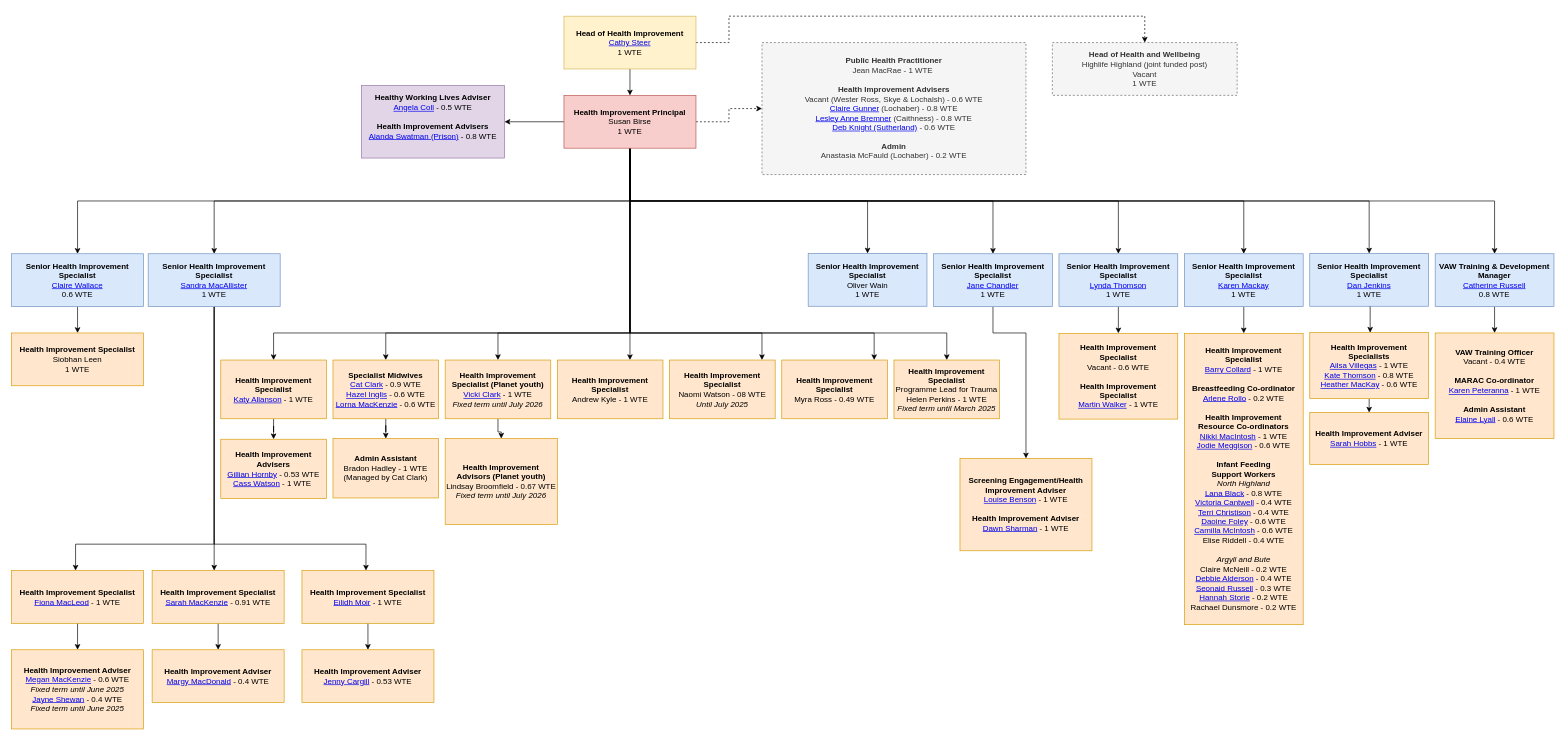
barrycollard/staffOrgChart keeps this draw.io diagram as Untitled Diagram.drawio. Above is the earlier version. Source tidied: cells renumbered, new cells numbered last; positions are measured from the earlier drawing's top-left corner, leaving out a move shared by most shapes. Both pictures are drawn from the tidied source at 66%, with x=0, y=0 at pixel (11, 16).
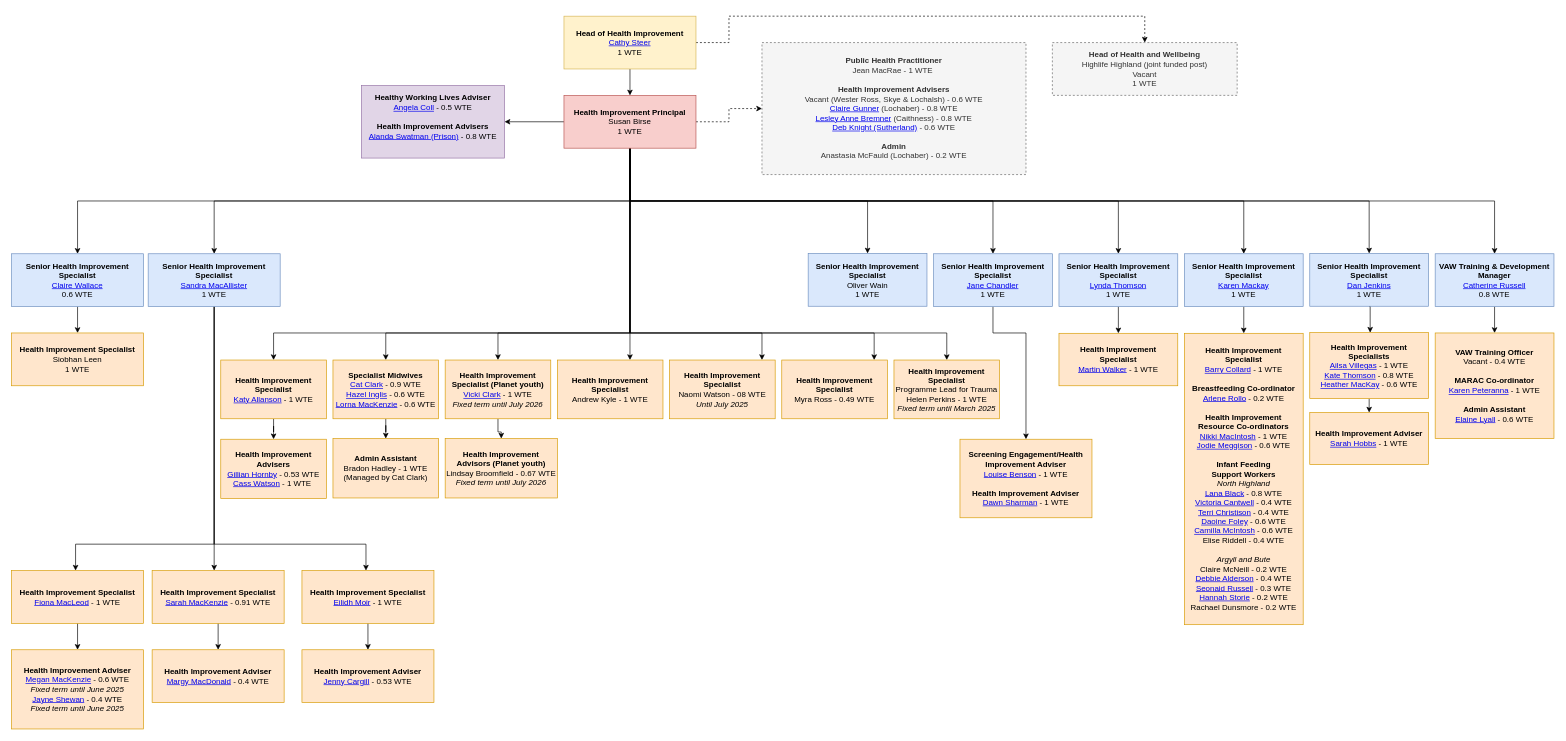
The same diagram, later.

What changed in the source:
```diff
@@
     <mxCell id="43" value="&lt;b&gt;Screening Engagement/Health Improvement Adviser&lt;/b&gt;&lt;div&gt;&lt;a href=&quot;https://nhshighland.publichealth.scot.nhs.uk/staff/louise-benson/&quot;&gt;Louise Benson&lt;/a&gt; - 1 WTE&lt;br&gt;&lt;/div&gt;&lt;div&gt;&lt;br&gt;&lt;/div&gt;&lt;div&gt;&lt;b&gt;Health Improvement Adviser&lt;/b&gt;&lt;/div&gt;&lt;div&gt;&lt;a href=&quot;https://nhshighland.publichealth.scot.nhs.uk/staff/dawn-sharman/&quot;&gt;Dawn Sharman&lt;/a&gt; - 1 WTE&lt;/div&gt;" style="rounded=0;whiteSpace=wrap;html=1;fillColor=#ffe6cc;strokeColor=#d79b00;" parent="1" vertex="1">
-      <mxGeometry x="1437" y="670" width="200" height="140" as="geometry" />
+      <mxGeometry x="1437" y="641" width="200" height="119" as="geometry" />
     </mxCell>
@@
-    <mxCell id="51" value="&lt;div&gt;&lt;b&gt;Health Improvement &lt;br&gt;Specialist&lt;/b&gt;&lt;/div&gt;&lt;div&gt;Vacant - 0.6 WTE&lt;/div&gt;&lt;div&gt;&lt;b&gt;&lt;br&gt;&lt;/b&gt;&lt;/div&gt;&lt;div&gt;&lt;div&gt;&lt;b&gt;Health Improvement &lt;br&gt;Specialist&lt;/b&gt;&lt;/div&gt;&lt;a style=&quot;border-color: var(--border-color);&quot; href=&quot;https://nhshighland.publichealth.scot.nhs.uk/staff/martin-walker/&quot;&gt;Martin Walker&lt;/a&gt;&amp;nbsp;- 1 WTE&lt;br&gt;&lt;/div&gt;" style="rounded=0;whiteSpace=wrap;html=1;fillColor=#ffe6cc;strokeColor=#d79b00;" parent="1" vertex="1">
-      <mxGeometry x="1587" y="480.5" width="180" height="130" as="geometry" />
+    <mxCell id="51" value="&lt;div&gt;&lt;b style=&quot;background-color: initial;&quot;&gt;Health Improvement&lt;/b&gt;&lt;br&gt;&lt;/div&gt;&lt;div&gt;&lt;div&gt;&lt;b&gt;Specialist&lt;/b&gt;&lt;/div&gt;&lt;a style=&quot;border-color: var(--border-color);&quot; href=&quot;https://nhshighland.publichealth.scot.nhs.uk/staff/martin-walker/&quot;&gt;Martin Walker&lt;/a&gt;&amp;nbsp;- 1 WTE&lt;br&gt;&lt;/div&gt;" style="rounded=0;whiteSpace=wrap;html=1;fillColor=#ffe6cc;strokeColor=#d79b00;" parent="1" vertex="1">
+      <mxGeometry x="1587" y="480.5" width="180" height="79.5" as="geometry" />
     </mxCell>
@@
     <mxCell id="67" value="&lt;b&gt;Health Improvement&lt;br&gt;Advisors&amp;nbsp;(Planet youth)&lt;br&gt;&lt;/b&gt;&lt;div&gt;Lindsay Broomfield&amp;nbsp;- 0.67 WTE&lt;br style=&quot;border-color: var(--border-color);&quot;&gt;&lt;i&gt;Fixed term until July 2026&lt;/i&gt;&lt;b&gt;&lt;br&gt;&lt;/b&gt;&lt;/div&gt;" style="rounded=0;whiteSpace=wrap;html=1;fillColor=#ffe6cc;strokeColor=#d79b00;" parent="1" vertex="1">
-      <mxGeometry x="657" y="640" width="170" height="130" as="geometry" />
+      <mxGeometry x="657" y="640" width="170" height="90" as="geometry" />
     </mxCell>
```
